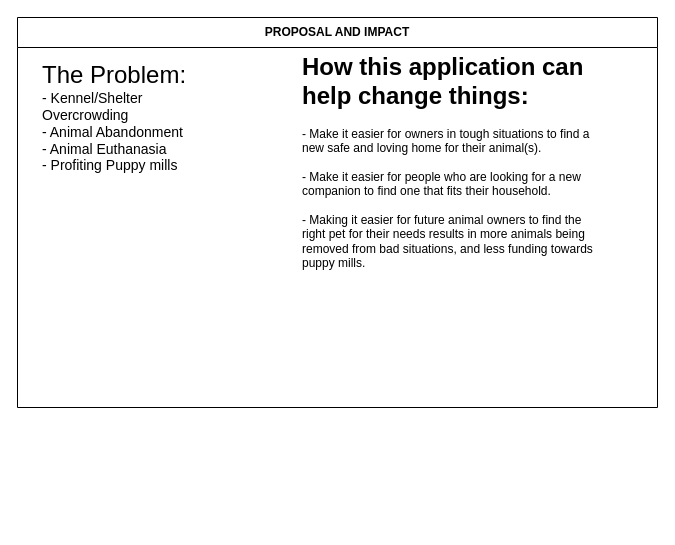
This is Untitled Diagram.drawio from kammau/Animal-Share, a draw.io file, before an edit. Source tidied: cells renumbered, new cells numbered last; positions are measured from the earlier drawing's top-left corner, leaving out a move shared by most shapes. Both pictures are drawn from the tidied source at 100%, with x=0, y=0 at pixel (17, 17).
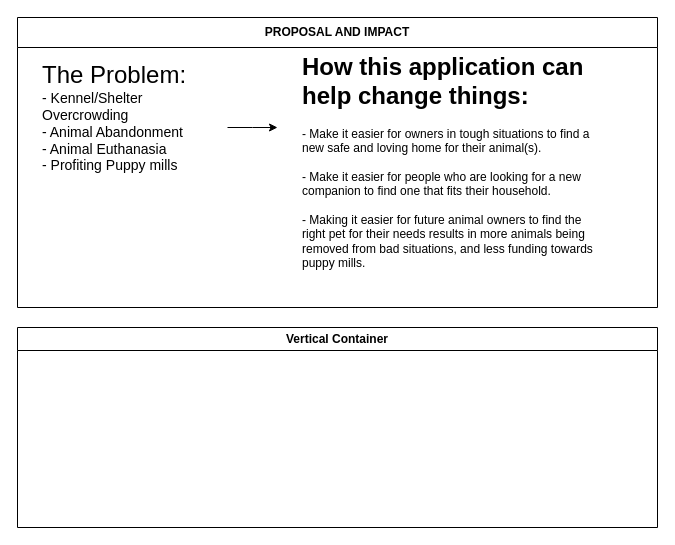
The same diagram, later.

Change to the diagram source:
```diff
@@
 <mxGraphModel background="#FFFFFF">
   <root>
     <mxCell id="0" />
     <mxCell id="1" parent="0" />
     <mxCell id="2" value="PROPOSAL AND IMPACT" style="swimlane;whiteSpace=wrap;html=1;startSize=30;" parent="1" vertex="1">
-      <mxGeometry width="640" height="390" as="geometry" />
+      <mxGeometry width="640" height="290" as="geometry" />
     </mxCell>
     <mxCell id="3" value="&lt;h1&gt;How this application can help change things:&lt;/h1&gt;&lt;div&gt;- Make it easier for owners in tough situations to find a new safe and loving home for their animal(s).&lt;/div&gt;&lt;div&gt;&lt;br&gt;&lt;/div&gt;&lt;div&gt;- Make it easier for people who are looking for a new companion to find one that fits their household.&lt;/div&gt;&lt;div&gt;&lt;br&gt;&lt;/div&gt;&lt;div&gt;- Making it easier for future animal owners to find the right pet for their needs results in more animals being removed from bad situations, and less funding towards puppy mills.&lt;/div&gt;" style="text;html=1;strokeColor=none;fillColor=none;spacing=5;spacingTop=-20;whiteSpace=wrap;overflow=hidden;rounded=0;" parent="2" vertex="1">
       <mxGeometry x="280" y="30" width="310" height="230" as="geometry" />
     </mxCell>
+    <mxCell id="5" style="edgeStyle=orthogonalEdgeStyle;rounded=0;jettySize=auto;html=1;" parent="2" edge="1" source="4">
+      <mxGeometry relative="1" as="geometry">
+        <mxPoint x="260" y="110" as="targetPoint" />
+      </mxGeometry>
+    </mxCell>
     <mxCell id="4" value="&lt;br&gt;&lt;font style=&quot;font-size: 24px;&quot;&gt;The Problem:&lt;br&gt;&lt;/font&gt;&lt;font style=&quot;font-size: 14px;&quot;&gt;- Kennel/Shelter Overcrowding&lt;br&gt;- Animal Abandonment&lt;br&gt;- Animal Euthanasia&lt;br&gt;- Profiting Puppy mills&lt;/font&gt;" style="text;html=1;strokeColor=none;fillColor=none;spacing=5;spacingTop=-20;whiteSpace=wrap;overflow=hidden;rounded=0;" parent="2" vertex="1">
       <mxGeometry x="20" y="40" width="190" height="140" as="geometry" />
     </mxCell>
+    <mxCell id="6" value="Vertical Container" style="swimlane;whiteSpace=wrap;html=1;" parent="1" vertex="1">
+      <mxGeometry y="310" width="640" height="200" as="geometry" />
+    </mxCell>
   </root>
 </mxGraphModel>
```
